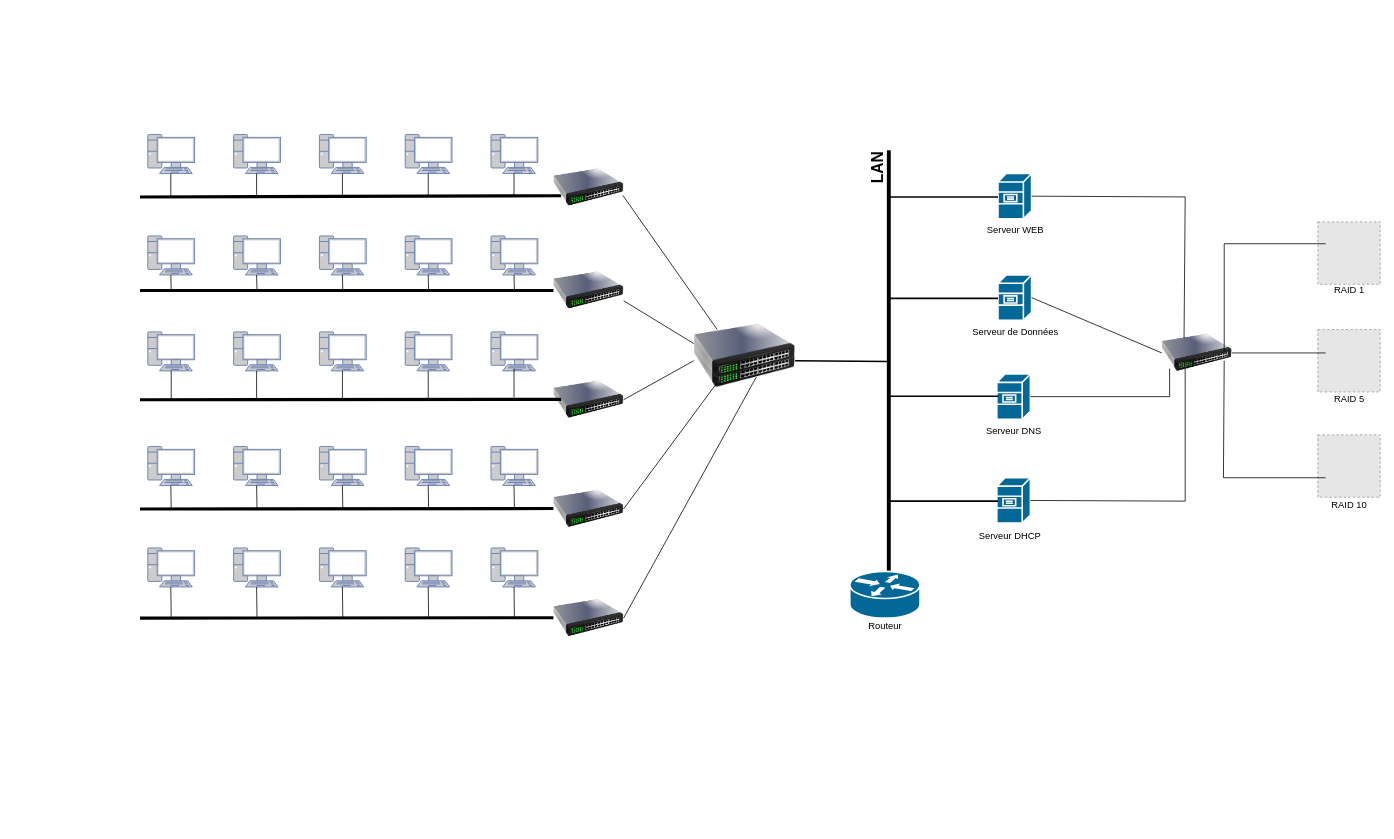
Vasquez241/Mon_site keeps this draw.io diagram as Diagramme sans nom.drawio. Above is the earlier version. Source tidied: cells renumbered, new cells numbered last; positions are measured from the earlier drawing's top-left corner, leaving out a move shared by most shapes. Both pictures are drawn from the tidied source at 78%, with x=0, y=0 at pixel (140, 134). Pictures stored in the file or linked from it are replaced by grey dashed boxes.
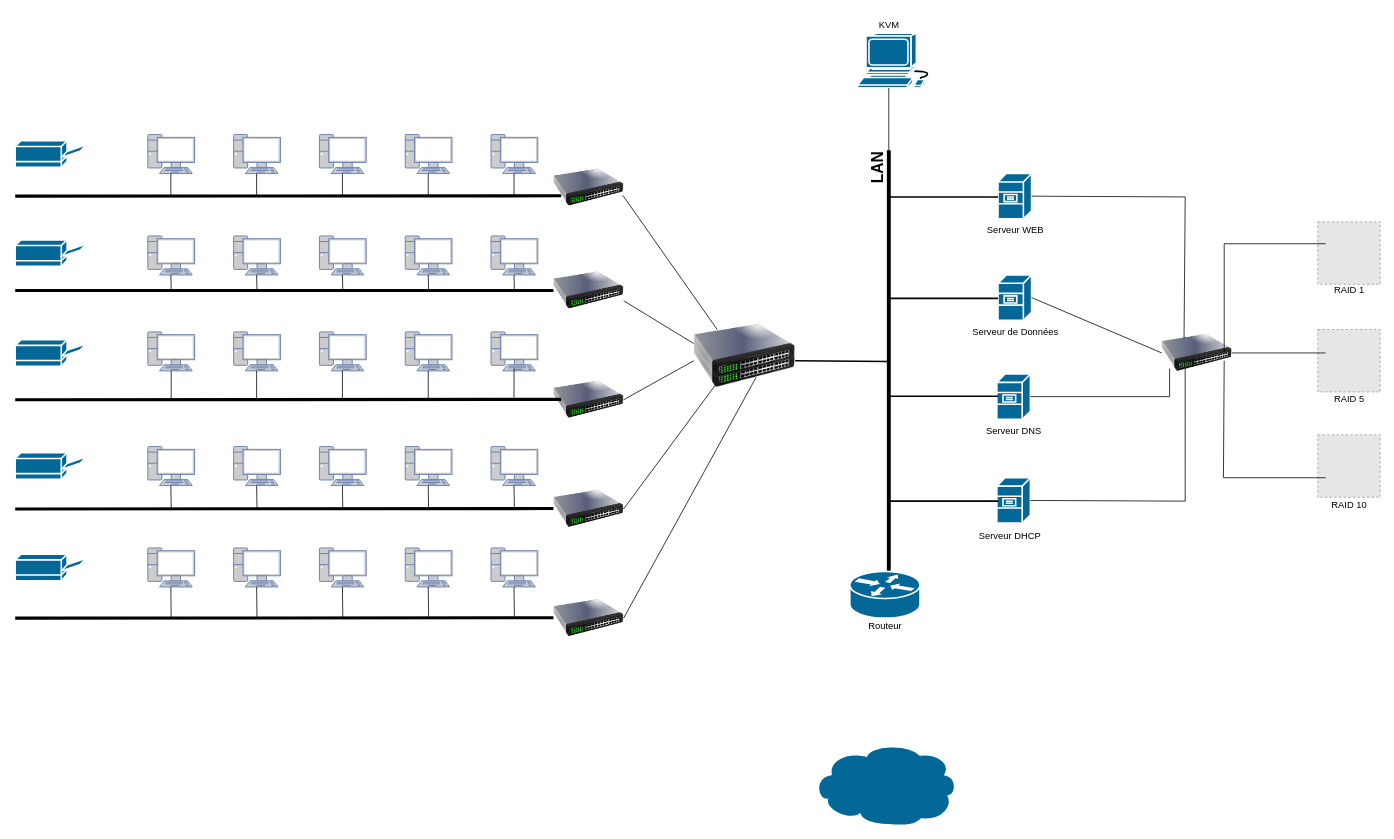
Above is the later version.

Commit message:
Mettre à jour Diagramme sans nom.drawio

The change refers to these unchanged cells:
```xml
<mxCell id="19" value="&#10;&lt;span style=&quot;color: rgba(0, 0, 0, 0); font-family: monospace; font-size: 0px; font-style: normal; font-variant-ligatures: normal; font-variant-caps: normal; font-weight: 400; letter-spacing: normal; orphans: 2; text-align: start; text-indent: 0px; text-transform: none; widows: 2; word-spacing: 0px; -webkit-text-stroke-width: 0px; background-color: rgb(251, 251, 251); text-decoration-thickness: initial; text-decoration-style: initial; text-decoration-color: initial; float: none; display: inline !important;&quot;&gt;%3CmxGraphModel%3E%3Croot%3E%3CmxCell%20id%3D%220%22%2F%3E%3CmxCell%20id%3D%221%22%20parent%3D%220%22%2F%3E%3CmxCell%20id%3D%222%22%20value%3D%22%26%2310%3B%26lt%3Bspan%20style%3D%26quot%3Bcolor%3A%20rgba(0%2C%200%2C%200%2C%200)%3B%20font-family%3A%20monospace%3B%20font-size%3A%200px%3B%20font-style%3A%20normal%3B%20font-variant-ligatures%3A%20normal%3B%20font-variant-caps%3A%20normal%3B%20font-weight%3A%20400%3B%20letter-spacing%3A% 20normal%3B%20orphans%3A%202%3B%20text-align%3A%20start%3B%20text-indent%3A%200px%3B%20text-transform%3A%20none%3B%20widows%3A%202%3B%20word-spacing%3A%200px%3B%20-webkit-text-stroke-width%3A%200px%3B%20background-color%3A%20rgb(251%2C%20251%2C%20251)%3B%20text-decoration-thickness%3A%20initial%3B%20text-decoration-style%3A%20initial%3B%20text-decoration-color%3A%20initial%3B%20float%3A%20none%3B%20display%3A%20inline%20! important%3B%26quot%3B%26gt%3B%253CmxGraphModel%253E%253Croot%253E%253CmxCell%2520id%253D%25220%2522%252F%253E%253CmxCell%2520id%253D%25221%2522%2520parent%253D%25220%2522%252F%253E%253CmxCell%2520id%253D%25222%2522%2520value%253D%2522%2522%2520style%253D%2522image%253Bhtml%253D1%253Bimage%20%253Dimg%252Flib%252Fclip_art%252Fnetworking%252FSwitch_128x128. png%2522%2520vertex%253D%25221%2522%2520parent%253D%25221%2522%253E%253CmxGeometry%2520x%253D%2522270%2522%2520y%253D%2522308%2522%2520width%253D%2522130%2522%2520height%253D%252280height%2522D%2520&amp;amp;253&amp;amp;2522&amp;amp;2522&amp;amp;25d&amp;amp;202d&amp;amp;253width%253%252d%253d%253d&amp;amp;252height%253D%253&amp;amp;252width%253d%22height%20&amp;amp;3height%22D%3&amp;amp;3height%1D%3&amp;amp;3height%2&amp;amp;2&amp;amp;2height%2D%128%128%22as%20D%3geometry%221%22%20F%3E%221C%22FmxCell%3E%3C%20Froot%3E" style="image;html=1;image=img/lib/clip_art/networking/Switch_128x128.png;" parent="1" vertex="1">
  <mxGeometry x="530" y="160" width="90" height="80" as="geometry" />
</mxCell>
<mxCell id="84" value="&lt;b&gt;&lt;font style=&quot;font-size: 20px;&quot;&gt;LAN&lt;/font&gt;&lt;/b&gt;" style="text;html=1;align=center;verticalAlign=middle;points=[];strokeColor=none;fillColor=none;rotation=270;" parent="1" vertex="1">
  <mxGeometry x="915" y="23" width="60" height="40" as="geometry" />
</mxCell>
```

Change to the diagram source:
```diff
@@
     <mxCell id="28" style="endArrow=none;html=1;rounded=0;entryX=0;entryY=0.5;entryDx=0;entryDy=0;strokeWidth=4;" parent="1" edge="1" target="19">
       <mxGeometry relative="1" as="geometry">
-        <mxPoint y="200" as="sourcePoint" />
+        <mxPoint x="-160" y="200" as="sourcePoint" />
         <Array as="points">
           <mxPoint x="360" y="200" />
         </Array>
       </mxGeometry>
     </mxCell>
     <mxCell id="29" style="endArrow=none;html=1;rounded=0;entryX=0;entryY=0.5;entryDx=0;entryDy=0;strokeWidth=4;" parent="1" edge="1">
       <mxGeometry relative="1" as="geometry">
-        <mxPoint y="340" as="sourcePoint" />
+        <mxPoint x="-160" y="340" as="sourcePoint" />
         <mxPoint x="540" y="339.5" as="targetPoint" />
       </mxGeometry>
     </mxCell>
     <mxCell id="30" style="endArrow=none;html=1;rounded=0;entryX=0;entryY=0.5;entryDx=0;entryDy=0;strokeWidth=4;" parent="1" edge="1">
       <mxGeometry relative="1" as="geometry">
-        <mxPoint y="80" as="sourcePoint" />
+        <mxPoint x="-160" y="79" as="sourcePoint" />
         <mxPoint x="540" y="78.5" as="targetPoint" />
       </mxGeometry>
     </mxCell>
     <mxCell id="31" style="endArrow=none;html=1;rounded=0;entryX=0;entryY=0.5;entryDx=0;entryDy=0;strokeWidth=4;" parent="1" edge="1">
       <mxGeometry relative="1" as="geometry">
-        <mxPoint y="620" as="sourcePoint" />
+        <mxPoint x="-160" y="620" as="sourcePoint" />
         <mxPoint x="530" y="619.5" as="targetPoint" />
       </mxGeometry>
     </mxCell>
     <mxCell id="32" style="endArrow=none;html=1;rounded=0;entryX=0;entryY=0.5;entryDx=0;entryDy=0;strokeWidth=4;" parent="1" edge="1">
       <mxGeometry relative="1" as="geometry">
-        <mxPoint y="480" as="sourcePoint" />
+        <mxPoint x="-160" y="480" as="sourcePoint" />
         <mxPoint x="530" y="479.5" as="targetPoint" />
       </mxGeometry>
     </mxCell>
@@
+    <mxCell id="100" style="shape=mxgraph.cisco.storage.cloud;sketch=0;html=1;dashed=0;fillColor=#036897;strokeColor=#ffffff;strokeWidth=2;verticalLabelPosition=bottom;verticalAlign=top;align=center;" parent="1" vertex="1">
+      <mxGeometry x="862" y="780" width="186" height="106" as="geometry" />
+    </mxCell>
+    <mxCell id="101" style="shape=mxgraph.cisco.computers_and_peripherals.printer;sketch=0;html=1;dashed=0;fillColor=#036897;strokeColor=#ffffff;strokeWidth=2;verticalLabelPosition=bottom;verticalAlign=top;align=center;" parent="1" vertex="1">
+      <mxGeometry x="-160" y="538" width="91" height="34" as="geometry" />
+    </mxCell>
+    <mxCell id="102" style="shape=mxgraph.cisco.computers_and_peripherals.printer;sketch=0;html=1;dashed=0;fillColor=#036897;strokeColor=#ffffff;strokeWidth=2;verticalLabelPosition=bottom;verticalAlign=top;align=center;" parent="1" vertex="1">
+      <mxGeometry x="-160" y="408" width="91" height="34" as="geometry" />
+    </mxCell>
+    <mxCell id="103" style="shape=mxgraph.cisco.computers_and_peripherals.printer;sketch=0;html=1;dashed=0;fillColor=#036897;strokeColor=#ffffff;strokeWidth=2;verticalLabelPosition=bottom;verticalAlign=top;align=center;" parent="1" vertex="1">
+      <mxGeometry x="-160" y="263" width="91" height="34" as="geometry" />
+    </mxCell>
+    <mxCell id="104" style="shape=mxgraph.cisco.computers_and_peripherals.printer;sketch=0;html=1;dashed=0;fillColor=#036897;strokeColor=#ffffff;strokeWidth=2;verticalLabelPosition=bottom;verticalAlign=top;align=center;" parent="1" vertex="1">
+      <mxGeometry x="-160" y="8" width="91" height="34" as="geometry" />
+    </mxCell>
+    <mxCell id="105" style="shape=mxgraph.cisco.computers_and_peripherals.printer;sketch=0;html=1;dashed=0;fillColor=#036897;strokeColor=#ffffff;strokeWidth=2;verticalLabelPosition=bottom;verticalAlign=top;align=center;" parent="1" vertex="1">
+      <mxGeometry x="-160" y="135" width="91" height="34" as="geometry" />
+    </mxCell>
+    <mxCell id="106" style="shape=mxgraph.cisco.computers_and_peripherals.workstation;sketch=0;html=1;dashed=0;fillColor=#036897;strokeColor=#ffffff;strokeWidth=2;verticalLabelPosition=bottom;verticalAlign=top;align=center;" parent="1" vertex="1">
+      <mxGeometry x="920" y="-130" width="100" height="70" as="geometry" />
+    </mxCell>
+    <mxCell id="107" style="endArrow=none;html=1;rounded=0;exitX=0.55;exitY=0.875;exitDx=0;exitDy=0;exitPerimeter=0;" parent="1" edge="1" source="84">
+      <mxGeometry relative="1" as="geometry">
+        <mxPoint x="960" y="-60" as="targetPoint" />
+      </mxGeometry>
+    </mxCell>
+    <mxCell id="108" value="KVM" style="text;html=1;align=center;verticalAlign=middle;strokeColor=none;fillColor=none;" parent="1" vertex="1">
+      <mxGeometry x="935" y="-155" width="50" height="30" as="geometry" />
+    </mxCell>
```
